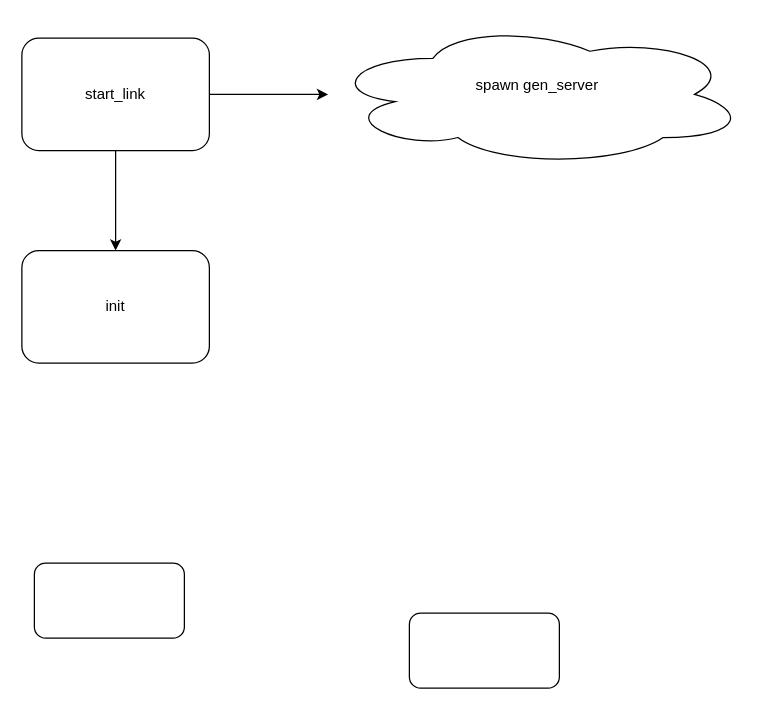
Above: page "MasterNode" (2 of 4) of ProjectDiagram.drawio in DGridish/TBRPF_protocol_project (draw.io), before the change. Source tidied: cells renumbered, new cells numbered last; positions are measured from the earlier drawing's top-left corner, leaving out a move shared by most shapes. Both pictures are drawn from the tidied source at 125%, with x=0, y=0 at pixel (21, 22).
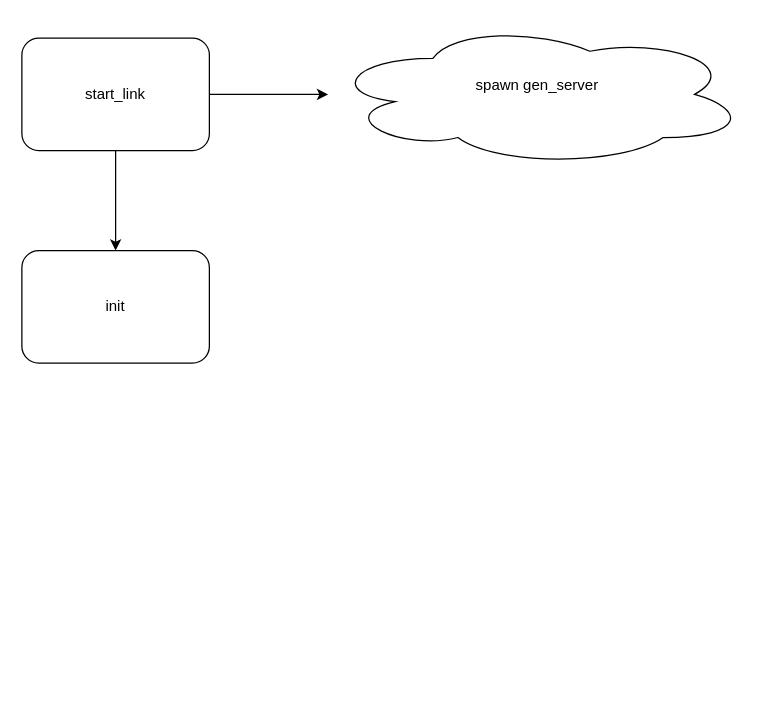
After the change.

Diff of the diagram source:
```diff
@@
 <mxGraphModel>
   <root>
     <mxCell id="0" />
     <mxCell id="1" parent="0" />
     <mxCell id="2" style="edgeStyle=orthogonalEdgeStyle;rounded=0;jettySize=auto;html=1;" parent="1" edge="1" source="4" target="7">
       <mxGeometry relative="1" as="geometry" />
     </mxCell>
     <mxCell id="3" style="edgeStyle=orthogonalEdgeStyle;rounded=0;jettySize=auto;html=1;" parent="1" edge="1" source="4" target="8">
       <mxGeometry relative="1" as="geometry" />
     </mxCell>
     <mxCell id="4" value="start_link" style="rounded=1;whiteSpace=wrap;html=1;" parent="1" vertex="1">
       <mxGeometry y="12" width="150" height="90" as="geometry" />
     </mxCell>
-    <mxCell id="5" style="rounded=1;whiteSpace=wrap;html=1;" parent="1" vertex="1">
-      <mxGeometry x="310" y="472" width="120" height="60" as="geometry" />
-    </mxCell>
-    <mxCell id="6" style="rounded=1;whiteSpace=wrap;html=1;" parent="1" vertex="1">
-      <mxGeometry x="10" y="432" width="120" height="60" as="geometry" />
-    </mxCell>
     <mxCell id="7" value="&lt;span&gt;spawn gen_server&lt;br&gt;&lt;br&gt;&lt;/span&gt;" style="ellipse;shape=cloud;whiteSpace=wrap;html=1;rounded=1;" parent="1" vertex="1">
       <mxGeometry x="245" y="-0.5" width="335" height="115" as="geometry" />
     </mxCell>
     <mxCell id="8" value="init" style="rounded=1;whiteSpace=wrap;html=1;" parent="1" vertex="1">
       <mxGeometry y="182" width="150" height="90" as="geometry" />
     </mxCell>
   </root>
 </mxGraphModel>
```
